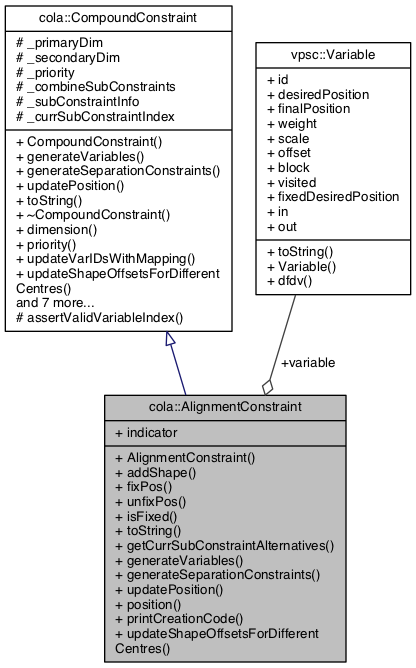
Above: documentation/classcola_1_1AlignmentConstraint__coll__graph.png in mjwybrow/adaptagrams (Graphviz), before the change. Its source is kept beside it as documentation/classcola_1_1AlignmentConstraint__coll__graph.dot.
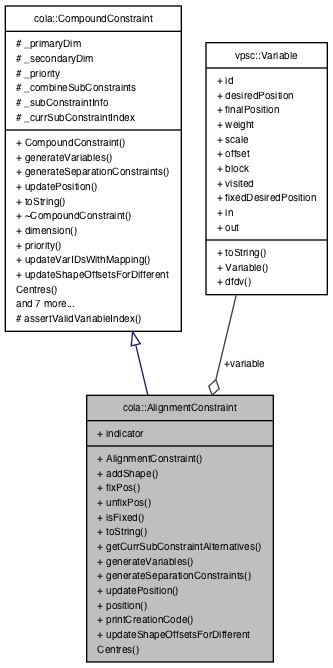
After the commit.

Change to the diagram source:
```diff
@@ -2,9 +2,9 @@
 {
   edge [fontname="Helvetica",fontsize="10",labelfontname="Helvetica",labelfontsize="10"];
   node [fontname="Helvetica",fontsize="10",shape=record];
-  Node1 [label="{cola::AlignmentConstraint\n|+ indicator\l|+ AlignmentConstraint()\l+ addShape()\l+ fixPos()\l+ unfixPos()\l+ isFixed()\l+ toString()\l+ getCurrSubConstraintAlternatives()\l+ generateVariables()\l+ generateSeparationConstraints()\l+ updatePosition()\l+ position()\l+ printCreationCode()\l+ updateShapeOffsetsForDifferent\lCentres()\l}",height=0.2,width=0.4,color="black", fillcolor="grey75", style="filled", fontcolor="black"];
-  Node2 -> Node1 [dir="back",color="midnightblue",fontsize="10",style="solid",arrowtail="onormal",fontname="Helvetica"];
-  Node2 [label="{cola::CompoundConstraint\n|# _primaryDim\l# _secondaryDim\l# _priority\l# _combineSubConstraints\l# _subConstraintInfo\l# _currSubConstraintIndex\l|+ CompoundConstraint()\l+ generateVariables()\l+ generateSeparationConstraints()\l+ updatePosition()\l+ toString()\l+ ~CompoundConstraint()\l+ dimension()\l+ priority()\l+ updateVarIDsWithMapping()\l+ updateShapeOffsetsForDifferent\lCentres()\land 7 more...\l# assertValidVariableIndex()\l}",height=0.2,width=0.4,color="black", fillcolor="white", style="filled",URL="$classcola_1_1CompoundConstraint.html",tooltip="An abstract base class for all high-level compound constraints. "];
-  Node3 -> Node1 [color="grey25",fontsize="10",style="solid",label=" +variable" ,arrowhead="odiamond",fontname="Helvetica"];
-  Node3 [label="{vpsc::Variable\n|+ id\l+ desiredPosition\l+ finalPosition\l+ weight\l+ scale\l+ offset\l+ block\l+ visited\l+ fixedDesiredPosition\l+ in\l+ out\l|+ toString()\l+ Variable()\l+ dfdv()\l}",height=0.2,width=0.4,color="black", fillcolor="white", style="filled",URL="$classvpsc_1_1Variable.html",tooltip="A variable is comprised of an ideal position, final position and a weight. "];
+  Node2 [label="{cola::AlignmentConstraint\n|+ indicator\l|+ AlignmentConstraint()\l+ addShape()\l+ fixPos()\l+ unfixPos()\l+ isFixed()\l+ toString()\l+ getCurrSubConstraintAlternatives()\l+ generateVariables()\l+ generateSeparationConstraints()\l+ updatePosition()\l+ position()\l+ printCreationCode()\l+ updateShapeOffsetsForDifferent\lCentres()\l}",height=0.2,width=0.4,color="black", fillcolor="grey75", style="filled", fontcolor="black"];
+  Node3 -> Node2 [dir="back",color="midnightblue",fontsize="10",style="solid",arrowtail="onormal",fontname="Helvetica"];
+  Node3 [label="{cola::CompoundConstraint\n|# _primaryDim\l# _secondaryDim\l# _priority\l# _combineSubConstraints\l# _subConstraintInfo\l# _currSubConstraintIndex\l|+ CompoundConstraint()\l+ generateVariables()\l+ generateSeparationConstraints()\l+ updatePosition()\l+ toString()\l+ ~CompoundConstraint()\l+ dimension()\l+ priority()\l+ updateVarIDsWithMapping()\l+ updateShapeOffsetsForDifferent\lCentres()\land 7 more...\l# assertValidVariableIndex()\l}",height=0.2,width=0.4,color="black", fillcolor="white", style="filled",URL="$classcola_1_1CompoundConstraint.html",tooltip="An abstract base class for all high-level compound constraints. "];
+  Node4 -> Node2 [color="grey25",fontsize="10",style="solid",label=" +variable" ,arrowhead="odiamond",fontname="Helvetica"];
+  Node4 [label="{vpsc::Variable\n|+ id\l+ desiredPosition\l+ finalPosition\l+ weight\l+ scale\l+ offset\l+ block\l+ visited\l+ fixedDesiredPosition\l+ in\l+ out\l|+ toString()\l+ Variable()\l+ dfdv()\l}",height=0.2,width=0.4,color="black", fillcolor="white", style="filled",URL="$classvpsc_1_1Variable.html",tooltip="A variable is comprised of an ideal position, final position and a weight. "];
 }
```
